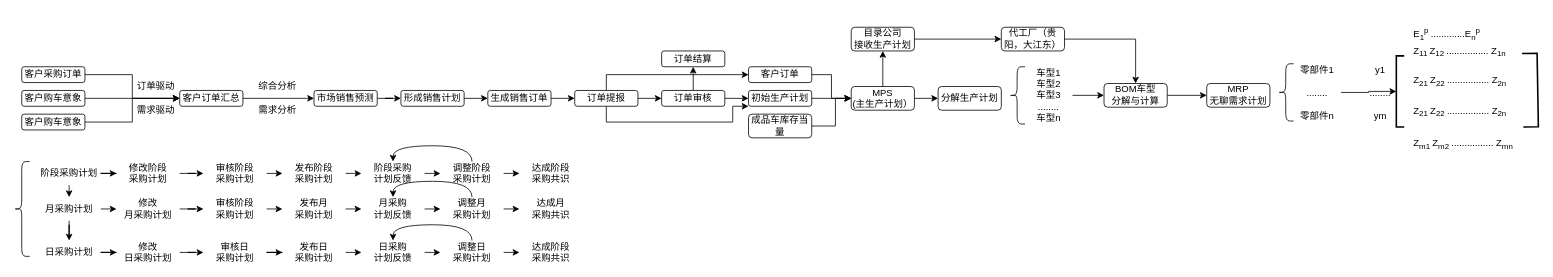
yudar1024/drawio keeps this draw.io diagram as mes+erp.drawio. Above is the earlier version. Source tidied: cells renumbered, new cells numbered last; positions are measured from the earlier drawing's top-left corner, leaving out a move shared by most shapes. Both pictures are drawn from the tidied source at 79%, with x=0, y=0 at pixel (13, 13).
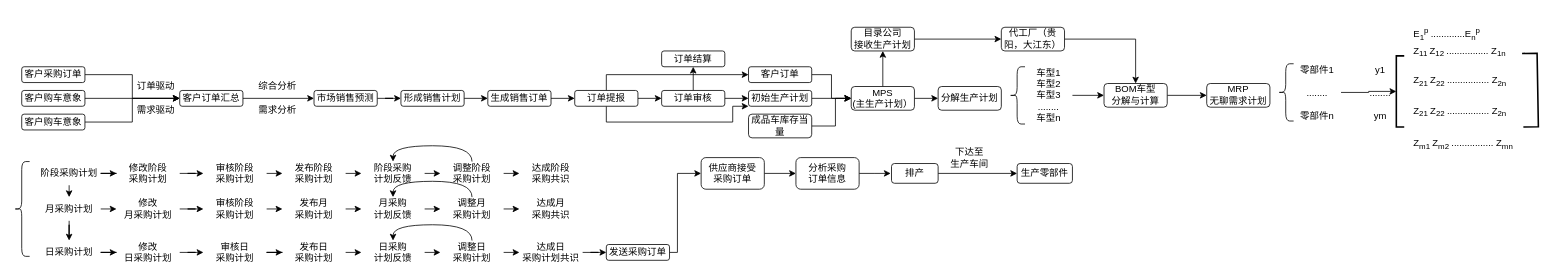
Above is the later version.

What changed in the source:
```diff
@@
+    <mxCell id="105" style="edgeStyle=orthogonalEdgeStyle;rounded=0;jettySize=auto;html=1;exitX=1;exitY=0.5;exitDx=0;exitDy=0;" parent="1" edge="1" source="104" target="107">
+      <mxGeometry relative="1" as="geometry" />
+    </mxCell>
-    <mxCell id="104" value="达成阶段&lt;br&gt;采购共识" style="text;html=1;strokeColor=none;fillColor=none;align=center;verticalAlign=middle;whiteSpace=wrap;rounded=0;" parent="1" vertex="1">
+    <mxCell id="104" value="达成日&lt;br&gt;采购计划共识" style="text;html=1;strokeColor=none;fillColor=none;align=center;verticalAlign=middle;whiteSpace=wrap;rounded=0;" parent="1" vertex="1">
       <mxGeometry x="640" y="287" width="80" height="30" as="geometry" />
     </mxCell>
+    <mxCell id="106" style="edgeStyle=orthogonalEdgeStyle;rounded=0;jettySize=auto;html=1;exitX=1;exitY=0.5;exitDx=0;exitDy=0;entryX=0;entryY=0.5;entryDx=0;entryDy=0;" parent="1" edge="1" source="107" target="109">
+      <mxGeometry relative="1" as="geometry">
+        <Array as="points">
+          <mxPoint x="840" y="302" />
+          <mxPoint x="840" y="202" />
+        </Array>
+      </mxGeometry>
+    </mxCell>
+    <mxCell id="107" value="发送采购订单" style="rounded=1;whiteSpace=wrap;html=1;fontSize=12;glass=0;strokeWidth=1;shadow=0;" parent="1" vertex="1">
+      <mxGeometry x="750" y="292" width="80" height="20" as="geometry" />
+    </mxCell>
+    <mxCell id="108" style="edgeStyle=orthogonalEdgeStyle;rounded=0;jettySize=auto;html=1;exitX=1;exitY=0.5;exitDx=0;exitDy=0;" parent="1" edge="1" source="109" target="111">
+      <mxGeometry relative="1" as="geometry" />
+    </mxCell>
+    <mxCell id="109" value="供应商接受&lt;br&gt;采购订单" style="rounded=1;whiteSpace=wrap;html=1;fontSize=12;glass=0;strokeWidth=1;shadow=0;" parent="1" vertex="1">
+      <mxGeometry x="870" y="182" width="80" height="40" as="geometry" />
+    </mxCell>
+    <mxCell id="110" style="edgeStyle=orthogonalEdgeStyle;rounded=0;jettySize=auto;html=1;exitX=1;exitY=0.5;exitDx=0;exitDy=0;" parent="1" edge="1" source="111">
+      <mxGeometry relative="1" as="geometry">
+        <mxPoint x="1110" y="202" as="targetPoint" />
+      </mxGeometry>
+    </mxCell>
+    <mxCell id="111" value="分析采购&lt;br&gt;订单信息" style="rounded=1;whiteSpace=wrap;html=1;fontSize=12;glass=0;strokeWidth=1;shadow=0;" parent="1" vertex="1">
+      <mxGeometry x="990" y="182" width="80" height="40" as="geometry" />
+    </mxCell>
+    <mxCell id="112" style="edgeStyle=orthogonalEdgeStyle;rounded=0;jettySize=auto;html=1;exitX=1;exitY=0.5;exitDx=0;exitDy=0;entryX=0;entryY=0.5;entryDx=0;entryDy=0;" parent="1" edge="1" source="113" target="114">
+      <mxGeometry relative="1" as="geometry" />
+    </mxCell>
+    <mxCell id="113" value="排产" style="rounded=1;whiteSpace=wrap;html=1;fontSize=12;glass=0;strokeWidth=1;shadow=0;" parent="1" vertex="1">
+      <mxGeometry x="1111" y="189.5" width="59" height="25" as="geometry" />
+    </mxCell>
+    <mxCell id="114" value="生产零部件" style="rounded=1;whiteSpace=wrap;html=1;fontSize=12;glass=0;strokeWidth=1;shadow=0;" parent="1" vertex="1">
+      <mxGeometry x="1270" y="189.5" width="70" height="25" as="geometry" />
+    </mxCell>
+    <mxCell id="115" value="下达至&lt;br&gt;生产车间" style="text;html=1;strokeColor=none;fillColor=none;align=center;verticalAlign=middle;whiteSpace=wrap;rounded=0;" parent="1" vertex="1">
+      <mxGeometry x="1180" y="167" width="60" height="30" as="geometry" />
+    </mxCell>
```
